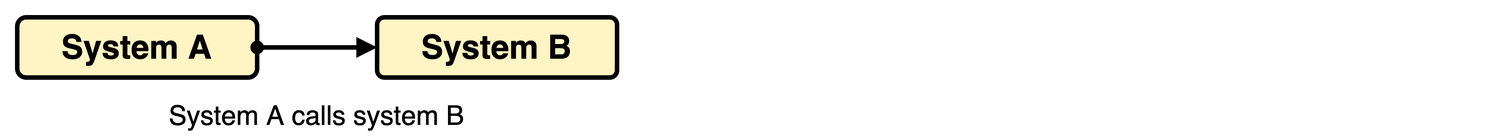
This is diagrams/connectionarrow_call-dependency.png from martinleggewie/visual-tips-for-creating-schematic-diagrams, a draw.io export, as it was before one commit. Source tidied: cells renumbered, new cells last; positions are measured from the earlier drawing's top-left corner, leaving out a move shared by most shapes. Its diagram source:
```xml
<mxGraphModel>
  <root>
    <mxCell id="0" />
    <mxCell id="1" value="background" parent="0" />
    <mxCell id="2" style="rounded=0;whiteSpace=wrap;html=1;strokeWidth=3;strokeColor=none;fillColor=#FFFFFF;" parent="1" vertex="1">
      <mxGeometry width="1000" height="90" as="geometry" />
    </mxCell>
    <mxCell id="3" value="content" parent="0" />
    <mxCell id="4" value="System A" style="rounded=1;whiteSpace=wrap;html=1;strokeWidth=3;fontSize=22;fontStyle=1;fillColor=#FFF4C3;" parent="3" vertex="1">
      <mxGeometry x="10" y="10" width="160" height="40" as="geometry" />
    </mxCell>
    <mxCell id="5" value="System B" style="rounded=1;whiteSpace=wrap;html=1;strokeWidth=3;fontSize=22;fontStyle=1;fillColor=#FFF4C3;arcSize=12;" parent="3" vertex="1">
      <mxGeometry x="250" y="10" width="160" height="40" as="geometry" />
    </mxCell>
    <mxCell id="6" style="edgeStyle=none;rounded=0;jettySize=auto;html=1;startArrow=oval;startFill=1;endArrow=block;endFill=1;strokeWidth=3;fontSize=22;" parent="3" edge="1" source="4" target="5">
      <mxGeometry relative="1" as="geometry" />
    </mxCell>
    <mxCell id="7" value="&lt;span style=&quot;font-size: 18px&quot;&gt;System A calls system B&lt;br style=&quot;font-size: 18px&quot;&gt;&lt;/span&gt;" style="text;html=1;strokeColor=none;fillColor=none;align=center;verticalAlign=middle;whiteSpace=wrap;rounded=0;fontSize=18;" parent="3" vertex="1">
      <mxGeometry x="10" y="60" width="400" height="30" as="geometry" />
    </mxCell>
  </root>
</mxGraphModel>
```
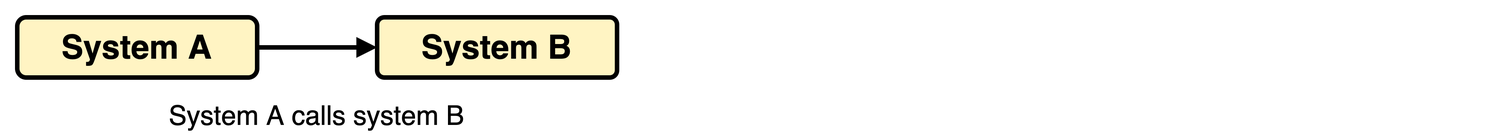
The same diagram one commit later.

The edit, as a diff of the source:
```diff
@@ -12,7 +12,7 @@
     <mxCell id="5" value="System B" style="rounded=1;whiteSpace=wrap;html=1;strokeWidth=3;fontSize=22;fontStyle=1;fillColor=#FFF4C3;arcSize=12;" parent="3" vertex="1">
       <mxGeometry x="250" y="10" width="160" height="40" as="geometry" />
     </mxCell>
-    <mxCell id="6" style="edgeStyle=none;rounded=0;jettySize=auto;html=1;startArrow=oval;startFill=1;endArrow=block;endFill=1;strokeWidth=3;fontSize=22;" parent="3" edge="1" source="4" target="5">
+    <mxCell id="6" style="edgeStyle=none;rounded=0;jettySize=auto;html=1;startArrow=none;startFill=0;endArrow=block;endFill=1;strokeWidth=3;fontSize=22;" parent="3" edge="1" source="4" target="5">
       <mxGeometry relative="1" as="geometry" />
     </mxCell>
     <mxCell id="7" value="&lt;span style=&quot;font-size: 18px&quot;&gt;System A calls system B&lt;br style=&quot;font-size: 18px&quot;&gt;&lt;/span&gt;" style="text;html=1;strokeColor=none;fillColor=none;align=center;verticalAlign=middle;whiteSpace=wrap;rounded=0;fontSize=18;" parent="3" vertex="1">
```
